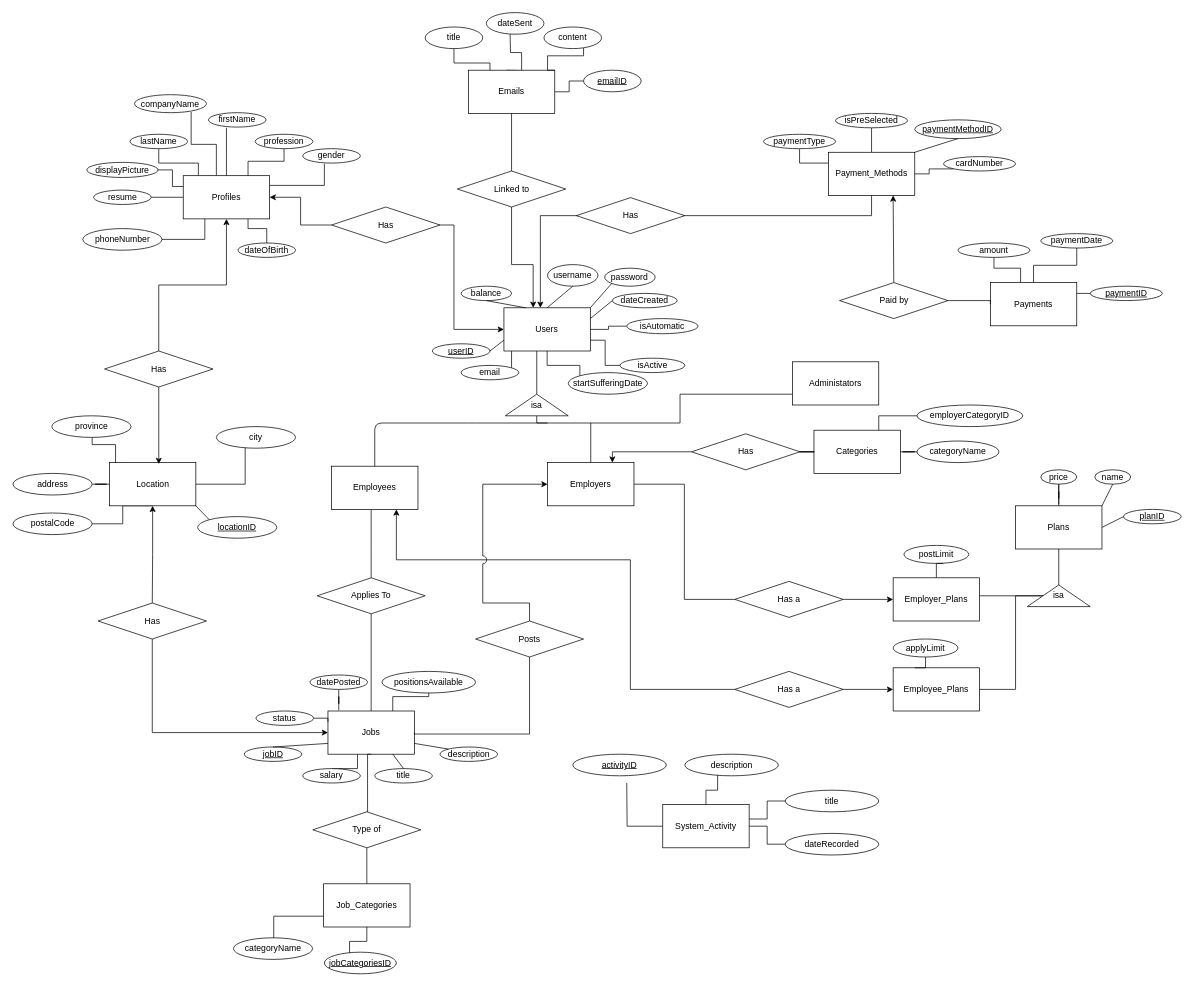
Above: docs/comp-353-project-ER.drawio in gordonpn/web-career-portal-clone (draw.io), before the change. Source tidied: cells renumbered, new cells numbered last; positions are measured from the earlier drawing's top-left corner, leaving out a move shared by most shapes. Both pictures are drawn from the tidied source at 72%, with x=0, y=0 at pixel (13, 12).
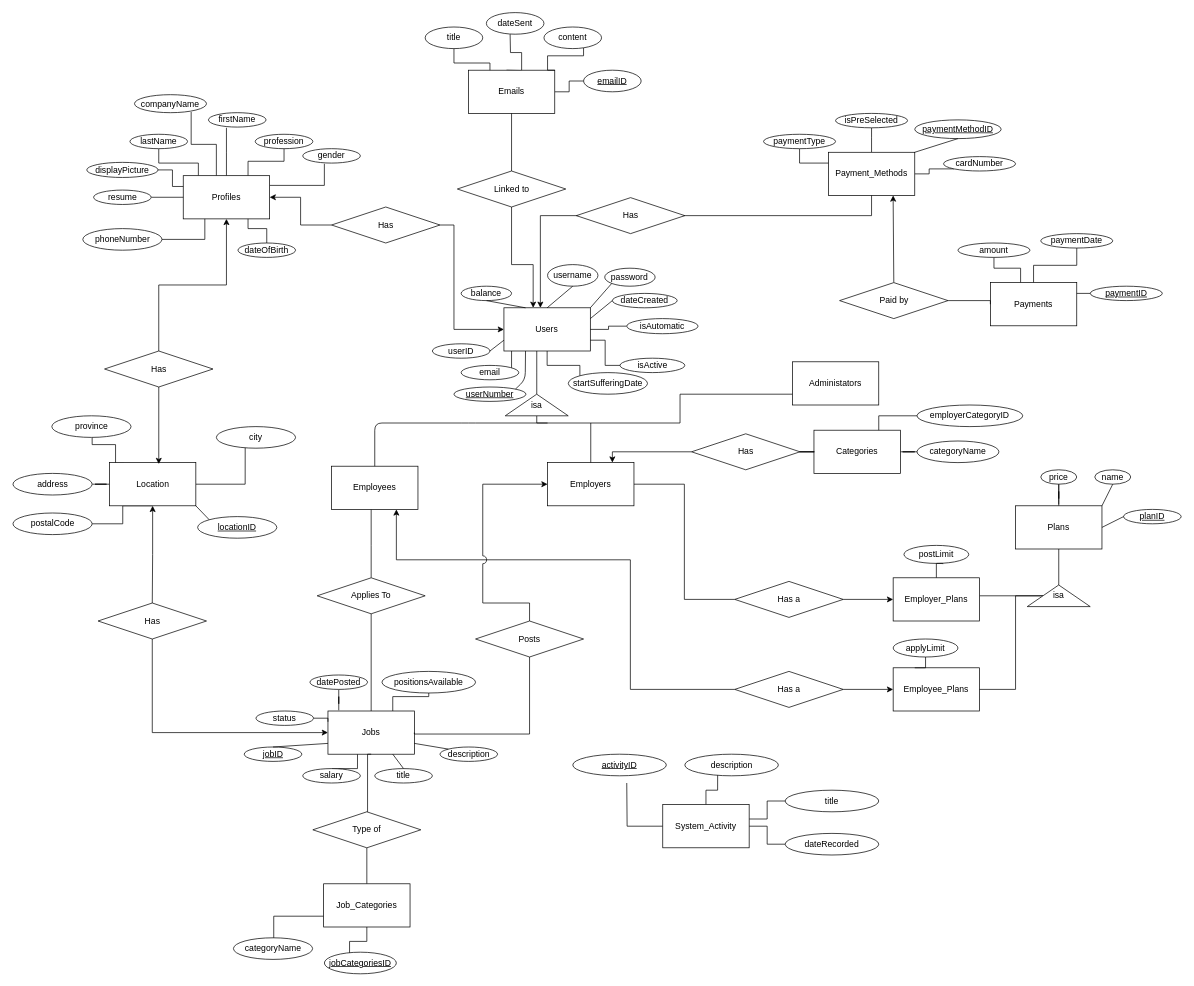
The same page after the edit.

Commit message (it also covers changes not shown here):
updated ER/Schema, queries and normalization

Unchanged cells that the change refers to:
```xml
<mxCell id="10" value="Users" style="rounded=0;whiteSpace=wrap;html=1;" parent="1" vertex="1">
  <mxGeometry x="681.4" y="410" width="120" height="60" as="geometry" />
</mxCell>
```

Change to the diagram source:
```diff
@@
-    <mxCell id="18" value="&lt;u&gt;userID&lt;/u&gt;" style="ellipse;whiteSpace=wrap;html=1;" parent="1" vertex="1">
+    <mxCell id="18" value="userID" style="ellipse;whiteSpace=wrap;html=1;" parent="1" vertex="1">
       <mxGeometry x="582" y="460" width="80" height="20" as="geometry" />
     </mxCell>
@@
+    <mxCell id="176" value="&lt;u&gt;userNumber&lt;/u&gt;" style="ellipse;whiteSpace=wrap;html=1;" parent="1" vertex="1">
+      <mxGeometry x="612" y="520" width="100" height="20" as="geometry" />
+    </mxCell>
+    <mxCell id="177" style="endArrow=none;html=1;entryX=0.25;entryY=1;entryDx=0;entryDy=0;exitX=1;exitY=0;exitDx=0;exitDy=0;" parent="1" edge="1" source="176" target="10">
+      <mxGeometry relative="1" as="geometry">
+        <Array as="points">
+          <mxPoint x="711" y="510" />
+        </Array>
+      </mxGeometry>
+    </mxCell>
```
